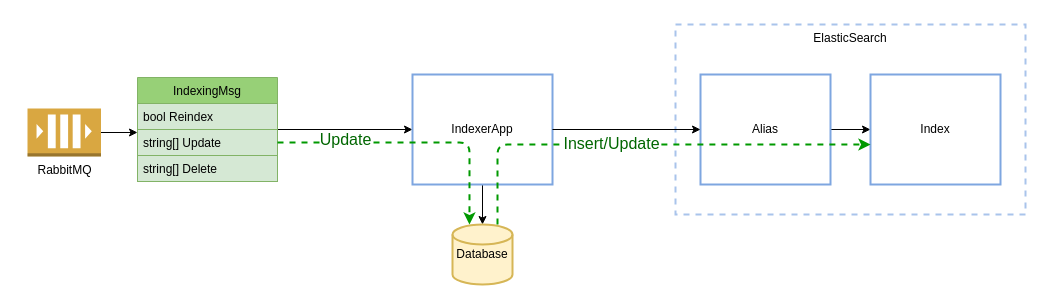
This is page "indexer-update" (1 of 5) of doc/indexer-app.drawio from ozzy-ext-mylab/indexer-app, a draw.io file, before an edit. Source tidied: cells renumbered, new cells numbered last; positions are measured from the earlier drawing's top-left corner, leaving out a move shared by most shapes. Both pictures are drawn from the tidied source at 100%, with x=0, y=0 at pixel (27, 24).
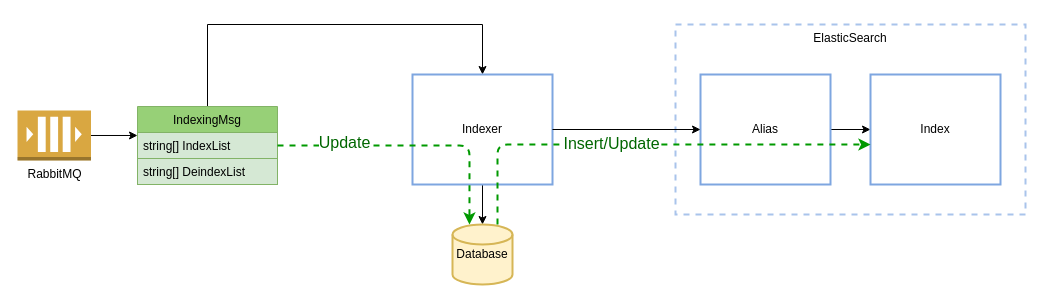
The same page after the edit.

Unchanged cells that the change refers to:
```xml
<mxCell id="12" value="Database" style="strokeWidth=2;html=1;shape=mxgraph.flowchart.database;whiteSpace=wrap;fillColor=#fff2cc;strokeColor=#d6b656;" parent="1" vertex="1">
  <mxGeometry x="425" y="200" width="60" height="60" as="geometry" />
</mxCell>
```

The edit, as a diff of the source:
```diff
@@
     <mxCell id="4" value="RabbitMQ" style="outlineConnect=0;dashed=0;verticalLabelPosition=bottom;verticalAlign=top;align=center;html=1;shape=mxgraph.aws3.queue;fillColor=#D9A741;gradientColor=none;" parent="1" vertex="1">
-      <mxGeometry y="84" width="73.5" height="48" as="geometry" />
+      <mxGeometry x="-10" y="86" width="73.5" height="50" as="geometry" />
     </mxCell>
-    <mxCell id="5" style="edgeStyle=orthogonalEdgeStyle;rounded=0;jettySize=auto;html=1;entryX=0;entryY=0.5;entryDx=0;entryDy=0;" parent="1" edge="1" source="6" target="11">
-      <mxGeometry relative="1" as="geometry" />
+    <mxCell id="5" style="edgeStyle=orthogonalEdgeStyle;rounded=0;jettySize=auto;html=1;entryX=0.5;entryY=0;entryDx=0;entryDy=0;exitX=0.5;exitY=0;exitDx=0;exitDy=0;" parent="1" edge="1" source="6" target="11">
+      <mxGeometry relative="1" as="geometry">
+        <Array as="points">
+          <mxPoint x="180" />
+          <mxPoint x="455" />
+        </Array>
+      </mxGeometry>
     </mxCell>
     <mxCell id="6" value="IndexingMsg" style="swimlane;fontStyle=0;horizontal=1;startSize=26;fillColor=#97D077;strokeColor=#82b366;" parent="1" vertex="1">
-      <mxGeometry x="110" y="53" width="140" height="104" as="geometry" />
+      <mxGeometry x="110" y="82" width="140" height="78" as="geometry" />
     </mxCell>
-    <mxCell id="7" value="bool Reindex" style="text;strokeColor=#82b366;fillColor=#d5e8d4;align=left;verticalAlign=top;spacingLeft=4;spacingRight=4;overflow=hidden;" parent="6" vertex="1">
-      <mxGeometry y="26" width="140" height="26" as="geometry" />
-    </mxCell>
-    <mxCell id="8" value="string[] Update " style="text;strokeColor=#82b366;fillColor=#d5e8d4;align=left;verticalAlign=top;spacingLeft=4;spacingRight=4;overflow=hidden;points=[[0,0.5],[1,0.5]];portConstraint=eastwest;" parent="6" vertex="1">
-      <mxGeometry y="52" width="140" height="26" as="geometry" />
+    <mxCell id="8" value="string[] IndexList&#10;" style="text;strokeColor=#82b366;fillColor=#d5e8d4;align=left;verticalAlign=top;spacingLeft=4;spacingRight=4;overflow=hidden;points=[[0,0.5],[1,0.5]];portConstraint=eastwest;" parent="6" vertex="1">
+      <mxGeometry y="26" width="140" height="26" as="geometry" />
     </mxCell>
-    <mxCell id="9" value="string[] Delete" style="text;strokeColor=#82b366;fillColor=#d5e8d4;align=left;verticalAlign=top;spacingLeft=4;spacingRight=4;overflow=hidden;" parent="6" vertex="1">
-      <mxGeometry y="78" width="140" height="26" as="geometry" />
+    <mxCell id="9" value="string[] DeindexList" style="text;strokeColor=#82b366;fillColor=#d5e8d4;align=left;verticalAlign=top;spacingLeft=4;spacingRight=4;overflow=hidden;" parent="6" vertex="1">
+      <mxGeometry y="52" width="140" height="26" as="geometry" />
     </mxCell>
@@
-    <mxCell id="11" value="IndexerApp" style="rounded=0;whiteSpace=wrap;html=1;verticalAlign=middle;strokeWidth=2;strokeColor=#7EA6E0;" parent="1" vertex="1">
+    <mxCell id="11" value="Indexer" style="rounded=0;whiteSpace=wrap;html=1;verticalAlign=middle;strokeWidth=2;strokeColor=#7EA6E0;" parent="1" vertex="1">
       <mxGeometry x="385" y="50" width="140" height="110" as="geometry" />
     </mxCell>
@@
-    <mxCell id="19" style="edgeStyle=orthogonalEdgeStyle;rounded=1;jettySize=auto;html=1;exitX=1;exitY=0.5;exitDx=0;exitDy=0;entryX=0.283;entryY=0;entryDx=0;entryDy=0;entryPerimeter=0;dashed=1;strokeColor=#009900;strokeWidth=2;fontSize=16;fontColor=#006600;" parent="1" edge="1" source="8" target="12">
+    <mxCell id="19" style="edgeStyle=orthogonalEdgeStyle;rounded=1;jettySize=auto;html=1;exitX=1;exitY=0.5;exitDx=0;exitDy=0;entryX=0.283;entryY=0;entryDx=0;entryDy=0;entryPerimeter=0;dashed=1;strokeColor=#009900;strokeWidth=2;fontSize=16;fontColor=#006600;" parent="1" edge="1" source="6" target="12">
       <mxGeometry relative="1" as="geometry" />
     </mxCell>
```
